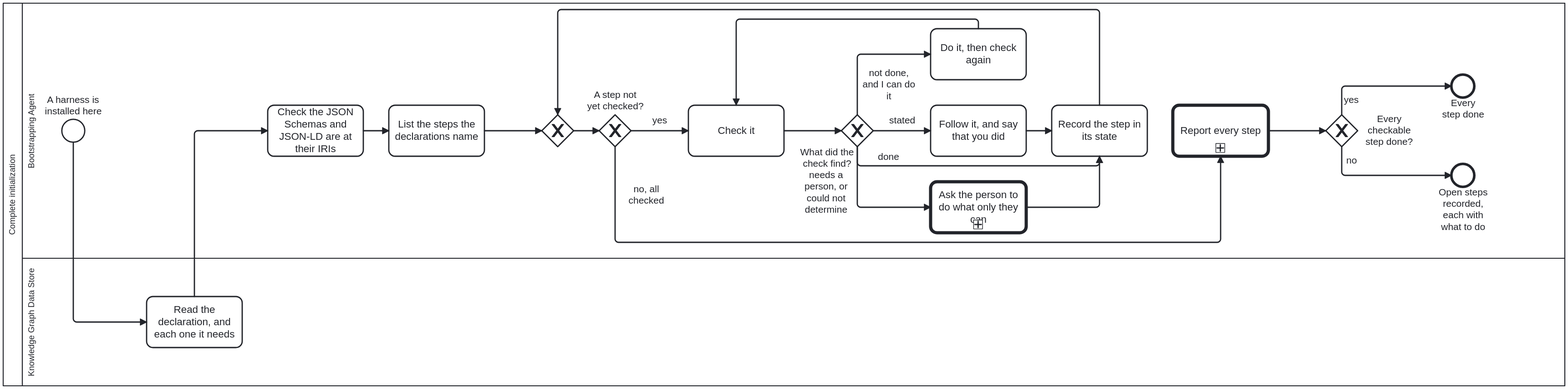
Earlier version of the BPMN export processes/complete-initialization.svg (litlfred/bootstrap). Its source is kept beside it as processes/complete-initialization.bpmn. Ids are renumbered.
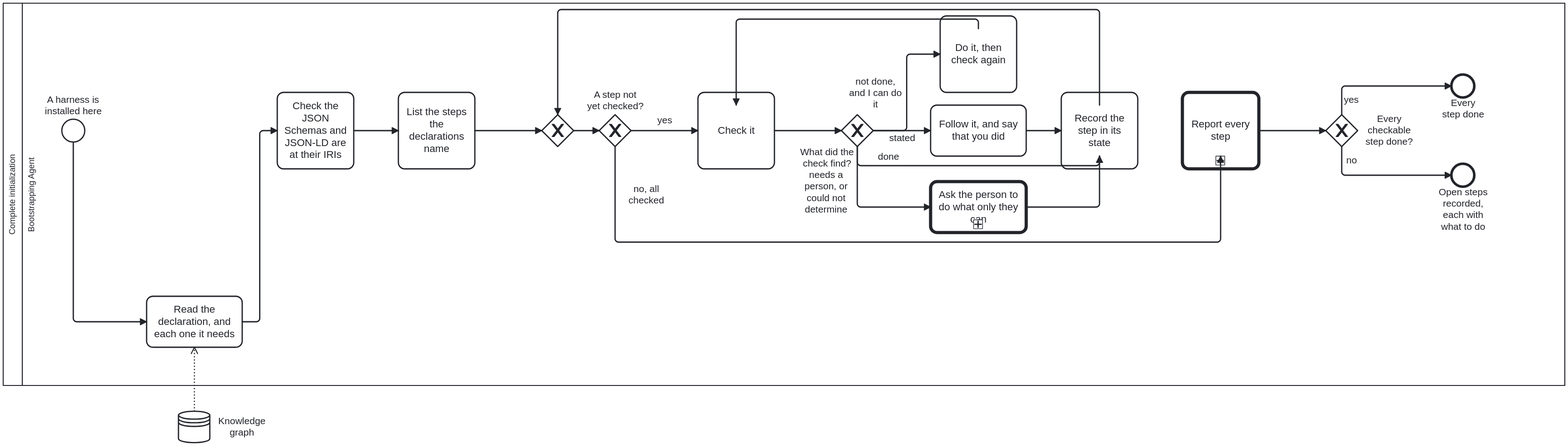
After the change.

What changed in the source:
```diff
@@ -147,66 +147,66 @@
   <bpmndi:BPMNDiagram id="Diagram_Process_CompleteInitialization">
     <bpmndi:BPMNPlane id="Plane_Process_CompleteInitialization" bpmnElement="Collaboration_Process_CompleteInitialization">
       <bpmndi:BPMNShape id="Shape_Participant_Process_CompleteInitialization" bpmnElement="Participant_Process_CompleteInitialization" isHorizontal="true">
-        <dc:Bounds x="140" y="80" width="2450" height="600"/>
+        <dc:Bounds x="140" y="80" width="2450" height="600" />
       </bpmndi:BPMNShape>
       <bpmndi:BPMNShape id="Shape_Lane_BootstrappingAgent" bpmnElement="Lane_BootstrappingAgent" isHorizontal="true">
-        <dc:Bounds x="170" y="80" width="2420" height="600"/>
+        <dc:Bounds x="170" y="80" width="2420" height="600" />
       </bpmndi:BPMNShape>
       <bpmndi:BPMNShape id="Shape_Start_CompleteInitialization" bpmnElement="Start_CompleteInitialization">
-        <dc:Bounds x="232" y="262" width="36" height="36"/>
-        <bpmndi:BPMNLabel><dc:Bounds x="205" y="223" width="90" height="35" /></bpmndi:BPMNLabel>
-      </bpmndi:BPMNShape>
+        <dc:Bounds x="232" y="262" width="36" height="36" />
+
+      <bpmndi:BPMNLabel><dc:Bounds x="205" y="223" width="90" height="35" /></bpmndi:BPMNLabel></bpmndi:BPMNShape>
       <bpmndi:BPMNShape id="Shape_A_ReadDeclarations" bpmnElement="A_ReadDeclarations">
-        <dc:Bounds x="365" y="540" width="150" height="80"/>
+        <dc:Bounds x="365" y="540" width="150" height="80" />
       </bpmndi:BPMNShape>
       <bpmndi:BPMNShape id="Shape_A_CheckDocuments" bpmnElement="A_CheckDocuments">
-        <dc:Bounds x="555" y="240" width="150" height="80"/>
+        <dc:Bounds x="570" y="220" width="120" height="120" />
       </bpmndi:BPMNShape>
       <bpmndi:BPMNShape id="Shape_A_ListSteps" bpmnElement="A_ListSteps">
-        <dc:Bounds x="745" y="240" width="150" height="80"/>
+        <dc:Bounds x="760" y="220" width="120" height="120" />
       </bpmndi:BPMNShape>
       <bpmndi:BPMNShape id="Shape_GW_NextStep_Join" bpmnElement="GW_NextStep_Join" isMarkerVisible="true">
-        <dc:Bounds x="985" y="255" width="50" height="50"/>
+        <dc:Bounds x="985" y="255" width="50" height="50" />
       </bpmndi:BPMNShape>
       <bpmndi:BPMNEdge id="Edge_Flow_GW_NextStep_Join" bpmnElement="Flow_GW_NextStep_Join">
         <di:waypoint x="1035" y="280"/>
         <di:waypoint x="1075" y="280"/>
       </bpmndi:BPMNEdge>
       <bpmndi:BPMNShape id="Shape_GW_NextStep" bpmnElement="GW_NextStep" isMarkerVisible="true">
-        <dc:Bounds x="1075" y="255" width="50" height="50"/>
-        <bpmndi:BPMNLabel><dc:Bounds x="1055" y="215" width="90" height="36" /></bpmndi:BPMNLabel>
-      </bpmndi:BPMNShape>
+        <dc:Bounds x="1075" y="255" width="50" height="50" />
+
+      <bpmndi:BPMNLabel><dc:Bounds x="1055" y="215" width="90" height="36" /></bpmndi:BPMNLabel></bpmndi:BPMNShape>
       <bpmndi:BPMNShape id="Shape_A_CheckStep" bpmnElement="A_CheckStep">
-        <dc:Bounds x="1215" y="240" width="150" height="80"/>
+        <dc:Bounds x="1230" y="220" width="120" height="120" />
       </bpmndi:BPMNShape>
       <bpmndi:BPMNShape id="Shape_GW_StepState" bpmnElement="GW_StepState" isMarkerVisible="true">
-        <dc:Bounds x="1455" y="255" width="50" height="50"/>
-        <bpmndi:BPMNLabel><dc:Bounds x="1387.5" y="304.5" width="90" height="35" /></bpmndi:BPMNLabel>
-      </bpmndi:BPMNShape>
+        <dc:Bounds x="1455" y="255" width="50" height="50" />
+
+      <bpmndi:BPMNLabel><dc:Bounds x="1387.5" y="304.5" width="90" height="35" /></bpmndi:BPMNLabel></bpmndi:BPMNShape>
       <bpmndi:BPMNShape id="Shape_A_PerformStep" bpmnElement="A_PerformStep">
-        <dc:Bounds x="1595" y="120" width="150" height="80"/>
+        <dc:Bounds x="1610" y="100" width="120" height="120" />
       </bpmndi:BPMNShape>
       <bpmndi:BPMNShape id="Shape_A_FollowStated" bpmnElement="A_FollowStated">
-        <dc:Bounds x="1595" y="240" width="150" height="80"/>
+        <dc:Bounds x="1595" y="240" width="150" height="80" />
       </bpmndi:BPMNShape>
       <bpmndi:BPMNShape id="Shape_A_AskPerson" bpmnElement="A_AskPerson">
-        <dc:Bounds x="1595" y="360" width="150" height="80"/>
+        <dc:Bounds x="1595" y="360" width="150" height="80" />
       </bpmndi:BPMNShape>
       <bpmndi:BPMNShape id="Shape_A_RecordStep" bpmnElement="A_RecordStep">
-        <dc:Bounds x="1785" y="240" width="150" height="80"/>
+        <dc:Bounds x="1800" y="220" width="120" height="120" />
       </bpmndi:BPMNShape>
       <bpmndi:BPMNShape id="Shape_A_Report" bpmnElement="A_Report">
-        <dc:Bounds x="1975" y="240" width="150" height="80"/>
+        <dc:Bounds x="1990" y="220" width="120" height="120" />
       </bpmndi:BPMNShape>
       <bpmndi:BPMNShape id="Shape_GW_AllDone" bpmnElement="GW_AllDone" isMarkerVisible="true">
-        <dc:Bounds x="2215" y="255" width="50" height="50"/>
-        <bpmndi:BPMNLabel><dc:Bounds x="2269" y="253" width="90" height="54" /></bpmndi:BPMNLabel>
-      </bpmndi:BPMNShape>
+        <dc:Bounds x="2215" y="255" width="50" height="50" />
+
+      <bpmndi:BPMNLabel><dc:Bounds x="2269" y="253" width="90" height="54" /></bpmndi:BPMNLabel></bpmndi:BPMNShape>
       <bpmndi:BPMNShape id="Shape_End_Complete" bpmnElement="End_Complete">
-        <dc:Bounds x="2412" y="192" width="36" height="36"/>
+        <dc:Bounds x="2412" y="192" width="36" height="36" />
       </bpmndi:BPMNShape>
       <bpmndi:BPMNShape id="Shape_End_OpenStepsRecorded" bpmnElement="End_OpenStepsRecorded">
-        <dc:Bounds x="2412" y="332" width="36" height="36"/>
+        <dc:Bounds x="2412" y="332" width="36" height="36" />
       </bpmndi:BPMNShape>
       <bpmndi:BPMNEdge id="Edge_SF_CI_1" bpmnElement="SF_CI_1">
         <di:waypoint x="250" y="298"/>
@@ -214,52 +214,55 @@
         <di:waypoint x="365" y="580"/>
       </bpmndi:BPMNEdge>
       <bpmndi:BPMNEdge id="Edge_SF_CI_2" bpmnElement="SF_CI_2">
-        <di:waypoint x="440" y="540"/>
-        <di:waypoint x="440" y="280"/>
-        <di:waypoint x="555" y="280"/>
+        <di:waypoint x="515" y="580" />
+        <di:waypoint x="542.5" y="580" />
+        <di:waypoint x="542.5" y="280" />
+        <di:waypoint x="570" y="280" />
       </bpmndi:BPMNEdge>
       <bpmndi:BPMNEdge id="Edge_SF_CI_18" bpmnElement="SF_CI_18">
-        <di:waypoint x="705" y="280"/>
-        <di:waypoint x="745" y="280"/>
+        <di:waypoint x="690" y="280" />
+        <di:waypoint x="760" y="280" />
       </bpmndi:BPMNEdge>
       <bpmndi:BPMNEdge id="Edge_SF_CI_3" bpmnElement="SF_CI_3">
-        <di:waypoint x="895" y="280"/>
-        <di:waypoint x="985" y="280"/>
+        <di:waypoint x="880" y="280" />
+        <di:waypoint x="985" y="280" />
       </bpmndi:BPMNEdge>
       <bpmndi:BPMNEdge id="Edge_SF_CI_4" bpmnElement="SF_CI_4">
-        <di:waypoint x="1125" y="280"/>
-        <di:waypoint x="1215" y="280"/>
+        <di:waypoint x="1125" y="280" />
+        <di:waypoint x="1230" y="280" />
       </bpmndi:BPMNEdge>
       <bpmndi:BPMNEdge id="Edge_SF_CI_5" bpmnElement="SF_CI_5">
-        <di:waypoint x="1365" y="280"/>
-        <di:waypoint x="1455" y="280"/>
+        <di:waypoint x="1350" y="280" />
+        <di:waypoint x="1455" y="280" />
       </bpmndi:BPMNEdge>
       <bpmndi:BPMNEdge id="Edge_SF_CI_6" bpmnElement="SF_CI_6">
-        <di:waypoint x="1480" y="305"/>
-        <di:waypoint x="1480" y="335"/>
-        <di:waypoint x="1860" y="335"/>
-        <di:waypoint x="1860" y="320"/>
+        <di:waypoint x="1480" y="305" />
+        <di:waypoint x="1480" y="335" />
+        <di:waypoint x="1860" y="335" />
+        <di:waypoint x="1860" y="320" />
         <bpmndi:BPMNLabel><dc:Bounds x="1484" y="311.5" width="90" height="17" /></bpmndi:BPMNLabel>
       </bpmndi:BPMNEdge>
       <bpmndi:BPMNEdge id="Edge_SF_CI_7" bpmnElement="SF_CI_7">
-        <di:waypoint x="1480" y="255"/>
-        <di:waypoint x="1480" y="160"/>
-        <di:waypoint x="1595" y="160"/>
-        <bpmndi:BPMNLabel><dc:Bounds x="1484" y="181" width="90" height="53" /></bpmndi:BPMNLabel>
+        <di:waypoint x="1505" y="280" />
+        <di:waypoint x="1557.5" y="280" />
+        <di:waypoint x="1557.5" y="160" />
+        <di:waypoint x="1610" y="160" />
+        <bpmndi:BPMNLabel><dc:Bounds x="1463.5" y="193.5" width="90" height="53" /></bpmndi:BPMNLabel>
       </bpmndi:BPMNEdge>
       <bpmndi:BPMNEdge id="Edge_SF_CI_8" bpmnElement="SF_CI_8">
-        <di:waypoint x="1670" y="120"/>
-        <di:waypoint x="1670" y="105"/>
-        <di:waypoint x="1290" y="105"/>
-        <di:waypoint x="1290" y="240"/>
+        <di:waypoint x="1670" y="120" />
+        <di:waypoint x="1670" y="105" />
+        <di:waypoint x="1290" y="105" />
+        <di:waypoint x="1290" y="240" />
       </bpmndi:BPMNEdge>
       <bpmndi:BPMNEdge id="Edge_SF_CI_9" bpmnElement="SF_CI_9">
         <di:waypoint x="1505" y="280"/>
         <di:waypoint x="1595" y="280"/>
+        <bpmndi:BPMNLabel><dc:Bounds x="1505" y="283" width="90" height="17" /></bpmndi:BPMNLabel>
       </bpmndi:BPMNEdge>
       <bpmndi:BPMNEdge id="Edge_SF_CI_10" bpmnElement="SF_CI_10">
-        <di:waypoint x="1745" y="280"/>
-        <di:waypoint x="1785" y="280"/>
+        <di:waypoint x="1745" y="280" />
+        <di:waypoint x="1800" y="280" />
       </bpmndi:BPMNEdge>
       <bpmndi:BPMNEdge id="Edge_SF_CI_11" bpmnElement="SF_CI_11">
         <di:waypoint x="1480" y="305"/>
@@ -268,26 +271,26 @@
         <bpmndi:BPMNLabel><dc:Bounds x="1386" y="340.75" width="90" height="71" /></bpmndi:BPMNLabel>
       </bpmndi:BPMNEdge>
       <bpmndi:BPMNEdge id="Edge_SF_CI_12" bpmnElement="SF_CI_12">
-        <di:waypoint x="1745" y="400"/>
-        <di:waypoint x="1860" y="400"/>
-        <di:waypoint x="1860" y="320"/>
+        <di:waypoint x="1745" y="400" />
+        <di:waypoint x="1860" y="400" />
+        <di:waypoint x="1860" y="320" />
       </bpmndi:BPMNEdge>
       <bpmndi:BPMNEdge id="Edge_SF_CI_13" bpmnElement="SF_CI_13">
-        <di:waypoint x="1860" y="240"/>
-        <di:waypoint x="1860" y="90"/>
-        <di:waypoint x="1010" y="90"/>
-        <di:waypoint x="1010" y="255"/>
+        <di:waypoint x="1860" y="240" />
+        <di:waypoint x="1860" y="90" />
+        <di:waypoint x="1010" y="90" />
+        <di:waypoint x="1010" y="255" />
       </bpmndi:BPMNEdge>
       <bpmndi:BPMNEdge id="Edge_SF_CI_14" bpmnElement="SF_CI_14">
-        <di:waypoint x="1100" y="305"/>
-        <di:waypoint x="1100" y="455"/>
-        <di:waypoint x="2050" y="455"/>
-        <di:waypoint x="2050" y="320"/>
+        <di:waypoint x="1100" y="305" />
+        <di:waypoint x="1100" y="455" />
+        <di:waypoint x="2050" y="455" />
+        <di:waypoint x="2050" y="320" />
         <bpmndi:BPMNLabel><dc:Bounds x="1104" y="362.5" width="90" height="35" /></bpmndi:BPMNLabel>
       </bpmndi:BPMNEdge>
       <bpmndi:BPMNEdge id="Edge_SF_CI_15" bpmnElement="SF_CI_15">
-        <di:waypoint x="2125" y="280"/>
-        <di:waypoint x="2215" y="280"/>
+        <di:waypoint x="2110" y="280" />
+        <di:waypoint x="2215" y="280" />
       </bpmndi:BPMNEdge>
       <bpmndi:BPMNEdge id="Edge_SF_CI_16" bpmnElement="SF_CI_16">
         <di:waypoint x="2240" y="255"/>
@@ -299,7 +302,9 @@
         <di:waypoint x="2240" y="350"/>
         <di:waypoint x="2412" y="350"/>
       </bpmndi:BPMNEdge>
-      <bpmndi:BPMNShape id="Shape_DSR_knowledge_graph" bpmnElement="DSR_knowledge_graph"><dc:Bounds x="415" y="720" width="50" height="50"/></bpmndi:BPMNShape>
+      <bpmndi:BPMNShape id="Shape_DSR_knowledge_graph" bpmnElement="DSR_knowledge_graph"><dc:Bounds x="415" y="720" width="50" height="50" />
+        <bpmndi:BPMNLabel><dc:Bounds x="469" y="727" width="90" height="36" /></bpmndi:BPMNLabel>
+      </bpmndi:BPMNShape>
       <bpmndi:BPMNEdge id="Edge_DIA_A_ReadDeclarations" bpmnElement="DIA_A_ReadDeclarations"><di:waypoint x="440" y="720"/><di:waypoint x="440" y="620"/></bpmndi:BPMNEdge>
     </bpmndi:BPMNPlane>
   </bpmndi:BPMNDiagram>
```
